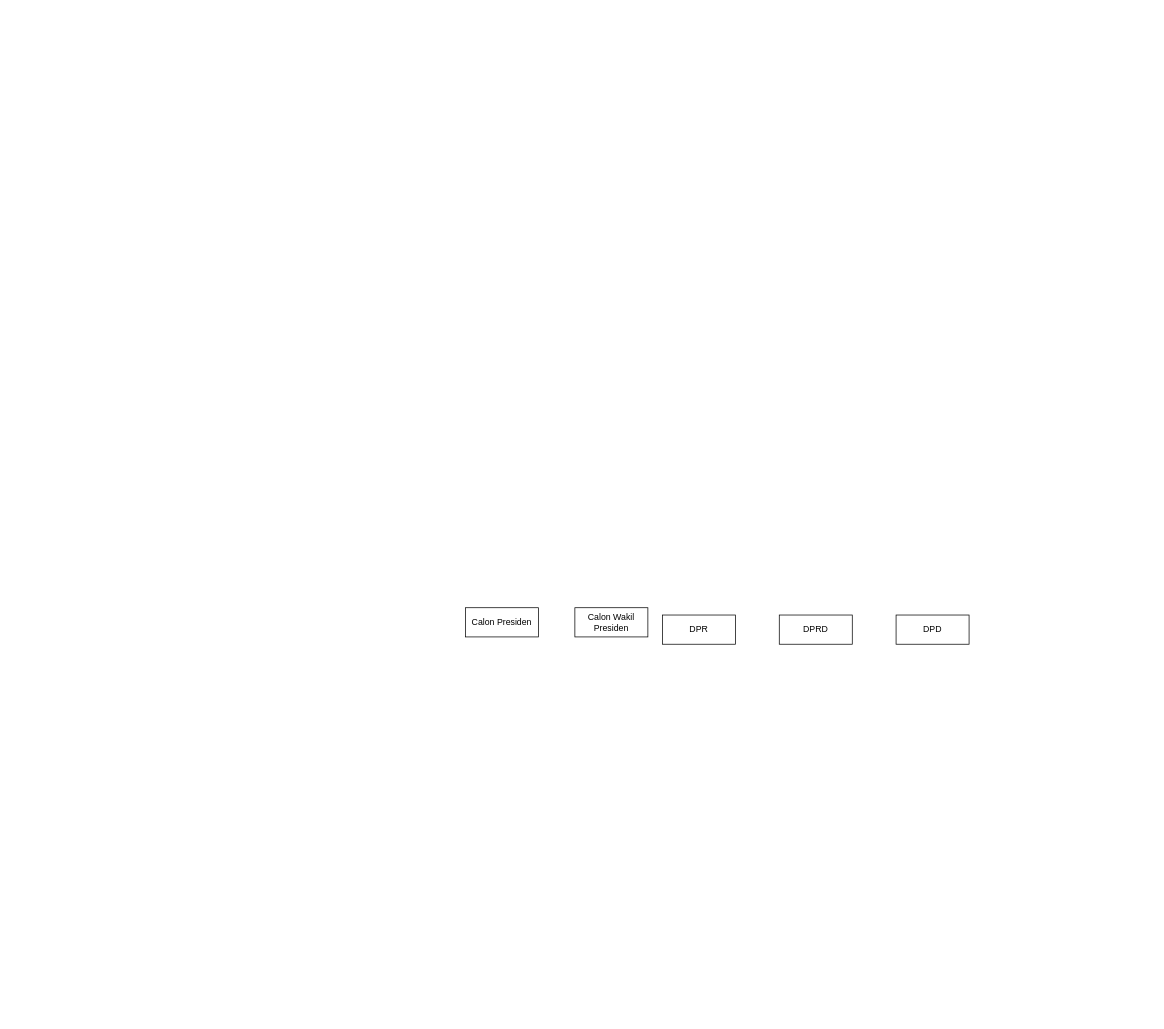
The draw.io diagram TI1_basis_data.drawio in thirza258/draw.io, before the edit. Source tidied: cells renumbered, new cells numbered last; positions are measured from the earlier drawing's top-left corner, leaving out a move shared by most shapes. Both pictures are drawn from the tidied source at 73%, with x=0, y=0 at pixel (465, 607).
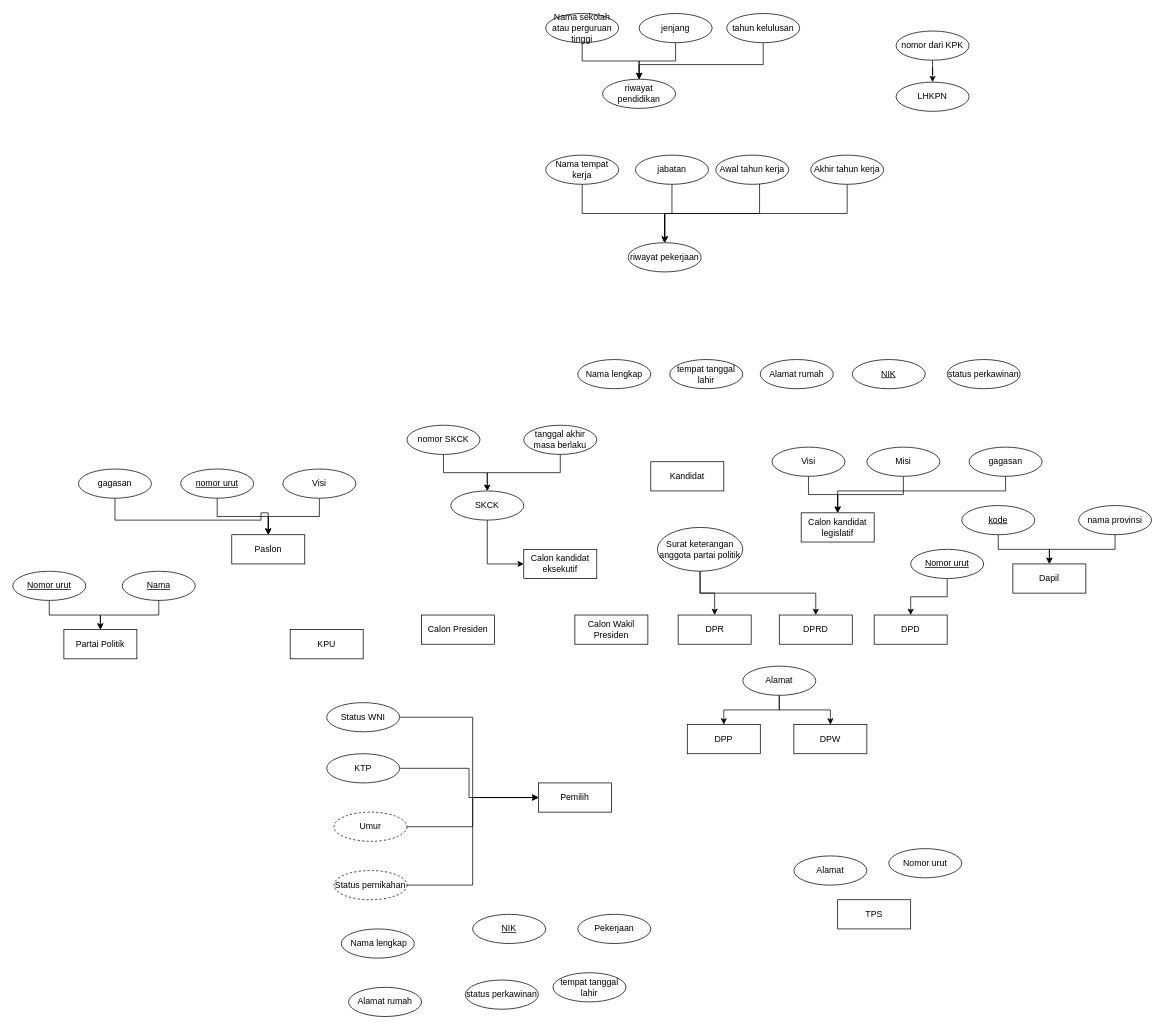
The same diagram, later.

Unchanged cells that the change refers to:
```xml
<mxCell id="3" value="DPRD" style="whiteSpace=wrap;html=1;align=center;" parent="1" vertex="1">
  <mxGeometry x="430" y="10" width="100" height="40" as="geometry" />
</mxCell>
```

Diff of the diagram source:
```diff
@@
     <mxCell id="2" value="DPR" style="whiteSpace=wrap;html=1;align=center;" parent="1" vertex="1">
-      <mxGeometry x="270" y="10" width="100" height="40" as="geometry" />
+      <mxGeometry x="291.5" y="10" width="100" height="40" as="geometry" />
     </mxCell>
@@
     <mxCell id="4" value="DPD" style="whiteSpace=wrap;html=1;align=center;" parent="1" vertex="1">
-      <mxGeometry x="590" y="10" width="100" height="40" as="geometry" />
+      <mxGeometry x="560" y="10" width="100" height="40" as="geometry" />
     </mxCell>
     <mxCell id="5" value="Calon Presiden" style="whiteSpace=wrap;html=1;align=center;" parent="1" vertex="1">
-      <mxGeometry width="100" height="40" as="geometry" />
+      <mxGeometry x="-60" y="10" width="100" height="40" as="geometry" />
     </mxCell>
     <mxCell id="6" value="Calon Wakil Presiden" style="whiteSpace=wrap;html=1;align=center;" parent="1" vertex="1">
-      <mxGeometry x="150" width="100" height="40" as="geometry" />
+      <mxGeometry x="150" y="10" width="100" height="40" as="geometry" />
     </mxCell>
+    <mxCell id="7" value="Calon kandidat eksekutif" style="whiteSpace=wrap;html=1;align=center;" parent="1" vertex="1">
+      <mxGeometry x="80" y="-80" width="100" height="40" as="geometry" />
+    </mxCell>
+    <mxCell id="8" value="Calon kandidat legislatif" style="whiteSpace=wrap;html=1;align=center;" parent="1" vertex="1">
+      <mxGeometry x="460" y="-130" width="100" height="40" as="geometry" />
+    </mxCell>
+    <mxCell id="9" value="Dapil" style="whiteSpace=wrap;html=1;align=center;" parent="1" vertex="1">
+      <mxGeometry x="750" y="-60" width="100" height="40" as="geometry" />
+    </mxCell>
+    <mxCell id="10" style="group;" parent="1" vertex="1">
+      <mxGeometry x="-620" y="-50" width="250" height="120" as="geometry" />
+    </mxCell>
+    <mxCell id="11" value="Partai Politik" style="whiteSpace=wrap;html=1;align=center;" parent="10" vertex="1">
+      <mxGeometry x="70" y="80" width="100" height="40" as="geometry" />
+    </mxCell>
+    <mxCell id="12" style="edgeStyle=orthogonalEdgeStyle;rounded=0;jettySize=auto;html=1;" parent="10" edge="1" source="13" target="11">
+      <mxGeometry relative="1" as="geometry" />
+    </mxCell>
+    <mxCell id="13" value="&lt;u&gt;Nomor urut&lt;/u&gt;" style="ellipse;whiteSpace=wrap;html=1;align=center;" parent="10" vertex="1">
+      <mxGeometry width="100" height="40" as="geometry" />
+    </mxCell>
+    <mxCell id="14" value="&lt;u&gt;Nama&lt;/u&gt;" style="ellipse;whiteSpace=wrap;html=1;align=center;" parent="10" vertex="1">
+      <mxGeometry x="150" width="100" height="40" as="geometry" />
+    </mxCell>
+    <mxCell id="15" style="edgeStyle=orthogonalEdgeStyle;rounded=0;jettySize=auto;html=1;entryX=0.5;entryY=0;entryDx=0;entryDy=0;" parent="10" edge="1" source="14" target="11">
+      <mxGeometry relative="1" as="geometry" />
+    </mxCell>
+    <mxCell id="16" value="DPP" style="whiteSpace=wrap;html=1;align=center;" parent="1" vertex="1">
+      <mxGeometry x="304" y="160" width="100" height="40" as="geometry" />
+    </mxCell>
+    <mxCell id="17" value="DPW" style="whiteSpace=wrap;html=1;align=center;" parent="1" vertex="1">
+      <mxGeometry x="450" y="160" width="100" height="40" as="geometry" />
+    </mxCell>
+    <mxCell id="18" style="edgeStyle=orthogonalEdgeStyle;rounded=0;jettySize=auto;html=1;entryX=0.5;entryY=0;entryDx=0;entryDy=0;" parent="1" edge="1" source="20" target="17">
+      <mxGeometry relative="1" as="geometry" />
+    </mxCell>
+    <mxCell id="19" style="edgeStyle=orthogonalEdgeStyle;rounded=0;jettySize=auto;html=1;entryX=0.5;entryY=0;entryDx=0;entryDy=0;" parent="1" edge="1" source="20" target="16">
+      <mxGeometry relative="1" as="geometry" />
+    </mxCell>
+    <mxCell id="20" value="Alamat" style="ellipse;whiteSpace=wrap;html=1;align=center;" parent="1" vertex="1">
+      <mxGeometry x="380" y="80" width="100" height="40" as="geometry" />
+    </mxCell>
+    <mxCell id="21" value="KPU" style="whiteSpace=wrap;html=1;align=center;" parent="1" vertex="1">
+      <mxGeometry x="-240" y="30" width="100" height="40" as="geometry" />
+    </mxCell>
+    <mxCell id="22" value="Kandidat" style="whiteSpace=wrap;html=1;align=center;" parent="1" vertex="1">
+      <mxGeometry x="254" y="-200" width="100" height="40" as="geometry" />
+    </mxCell>
+    <mxCell id="23" value="Nama lengkap" style="ellipse;whiteSpace=wrap;html=1;align=center;" parent="1" vertex="1">
+      <mxGeometry x="154" y="-340" width="100" height="40" as="geometry" />
+    </mxCell>
+    <mxCell id="24" value="tempat tanggal lahir" style="ellipse;whiteSpace=wrap;html=1;align=center;" parent="1" vertex="1">
+      <mxGeometry x="280" y="-340" width="100" height="40" as="geometry" />
+    </mxCell>
+    <mxCell id="25" value="Alamat rumah" style="ellipse;whiteSpace=wrap;html=1;align=center;" parent="1" vertex="1">
+      <mxGeometry x="404" y="-340" width="100" height="40" as="geometry" />
+    </mxCell>
+    <mxCell id="26" value="&lt;u&gt;NIK&lt;/u&gt;" style="ellipse;whiteSpace=wrap;html=1;align=center;" parent="1" vertex="1">
+      <mxGeometry x="530" y="-340" width="100" height="40" as="geometry" />
+    </mxCell>
+    <mxCell id="27" value="status perkawinan" style="ellipse;whiteSpace=wrap;html=1;align=center;" parent="1" vertex="1">
+      <mxGeometry x="660" y="-340" width="100" height="40" as="geometry" />
+    </mxCell>
+    <mxCell id="28" style="group;" parent="1" vertex="1">
+      <mxGeometry x="110" y="-620" width="463" height="160" as="geometry" />
+    </mxCell>
+    <mxCell id="29" value="riwayat pekerjaan" style="ellipse;whiteSpace=wrap;html=1;align=center;" parent="28" vertex="1">
+      <mxGeometry x="113" y="120" width="100" height="40" as="geometry" />
+    </mxCell>
+    <mxCell id="30" style="edgeStyle=orthogonalEdgeStyle;rounded=0;jettySize=auto;html=1;entryX=0.5;entryY=0;entryDx=0;entryDy=0;" parent="28" edge="1" source="31" target="29">
+      <mxGeometry relative="1" as="geometry">
+        <Array as="points">
+          <mxPoint x="50" y="80" />
+          <mxPoint x="163" y="80" />
+        </Array>
+      </mxGeometry>
+    </mxCell>
+    <mxCell id="31" value="Nama tempat kerja" style="ellipse;whiteSpace=wrap;html=1;align=center;" parent="28" vertex="1">
+      <mxGeometry width="100" height="40" as="geometry" />
+    </mxCell>
+    <mxCell id="32" style="edgeStyle=orthogonalEdgeStyle;rounded=0;jettySize=auto;html=1;" parent="28" edge="1" source="33" target="29">
+      <mxGeometry relative="1" as="geometry" />
+    </mxCell>
+    <mxCell id="33" value="jabatan" style="ellipse;whiteSpace=wrap;html=1;align=center;" parent="28" vertex="1">
+      <mxGeometry x="123" width="100" height="40" as="geometry" />
+    </mxCell>
+    <mxCell id="34" style="edgeStyle=orthogonalEdgeStyle;rounded=0;jettySize=auto;html=1;" parent="28" edge="1" source="35" target="29">
+      <mxGeometry relative="1" as="geometry">
+        <Array as="points">
+          <mxPoint x="293" y="80" />
+          <mxPoint x="163" y="80" />
+        </Array>
+      </mxGeometry>
+    </mxCell>
+    <mxCell id="35" value="Awal tahun kerja" style="ellipse;whiteSpace=wrap;html=1;align=center;" parent="28" vertex="1">
+      <mxGeometry x="233" width="100" height="40" as="geometry" />
+    </mxCell>
+    <mxCell id="36" style="edgeStyle=orthogonalEdgeStyle;rounded=0;jettySize=auto;html=1;" parent="28" edge="1" source="37" target="29">
+      <mxGeometry relative="1" as="geometry">
+        <Array as="points">
+          <mxPoint x="413" y="80" />
+          <mxPoint x="163" y="80" />
+        </Array>
+      </mxGeometry>
+    </mxCell>
+    <mxCell id="37" value="Akhir tahun kerja" style="ellipse;whiteSpace=wrap;html=1;align=center;" parent="28" vertex="1">
+      <mxGeometry x="363" width="100" height="40" as="geometry" />
+    </mxCell>
+    <mxCell id="38" style="group;" parent="1" vertex="1">
+      <mxGeometry x="110" y="-814" width="348" height="130" as="geometry" />
+    </mxCell>
+    <mxCell id="39" value="riwayat pendidikan" style="ellipse;whiteSpace=wrap;html=1;align=center;" parent="38" vertex="1">
+      <mxGeometry x="78" y="90" width="100" height="40" as="geometry" />
+    </mxCell>
+    <mxCell id="40" style="edgeStyle=orthogonalEdgeStyle;rounded=0;jettySize=auto;html=1;" parent="38" edge="1" source="41" target="39">
+      <mxGeometry relative="1" as="geometry" />
+    </mxCell>
+    <mxCell id="41" value="Nama sekolah atau perguruan tinggi" style="ellipse;whiteSpace=wrap;html=1;align=center;" parent="38" vertex="1">
+      <mxGeometry width="100" height="40" as="geometry" />
+    </mxCell>
+    <mxCell id="42" style="edgeStyle=orthogonalEdgeStyle;rounded=0;jettySize=auto;html=1;" parent="38" edge="1" source="43" target="39">
+      <mxGeometry relative="1" as="geometry" />
+    </mxCell>
+    <mxCell id="43" value="jenjang" style="ellipse;whiteSpace=wrap;html=1;align=center;" parent="38" vertex="1">
+      <mxGeometry x="128" width="100" height="40" as="geometry" />
+    </mxCell>
+    <mxCell id="44" style="edgeStyle=orthogonalEdgeStyle;rounded=0;jettySize=auto;html=1;" parent="38" edge="1" source="45" target="39">
+      <mxGeometry relative="1" as="geometry">
+        <Array as="points">
+          <mxPoint x="298" y="70" />
+          <mxPoint x="128" y="70" />
+        </Array>
+      </mxGeometry>
+    </mxCell>
+    <mxCell id="45" value="tahun kelulusan" style="ellipse;whiteSpace=wrap;html=1;align=center;" parent="38" vertex="1">
+      <mxGeometry x="248" width="100" height="40" as="geometry" />
+    </mxCell>
+    <mxCell id="46" style="group;" parent="1" vertex="1">
+      <mxGeometry x="590" y="-790" width="100" height="110" as="geometry" />
+    </mxCell>
+    <mxCell id="47" value="LHKPN" style="ellipse;whiteSpace=wrap;html=1;align=center;" parent="46" vertex="1">
+      <mxGeometry y="70" width="100" height="40" as="geometry" />
+    </mxCell>
+    <mxCell id="48" value="nomor dari KPK" style="ellipse;whiteSpace=wrap;html=1;align=center;" parent="46" vertex="1">
+      <mxGeometry width="100" height="40" as="geometry" />
+    </mxCell>
+    <mxCell id="49" style="edgeStyle=orthogonalEdgeStyle;rounded=0;jettySize=auto;html=1;" parent="46" edge="1" source="48" target="47">
+      <mxGeometry relative="1" as="geometry" />
+    </mxCell>
+    <mxCell id="50" style="group;" parent="1" vertex="1">
+      <mxGeometry x="-80" y="-250" width="260" height="130" as="geometry" />
+    </mxCell>
+    <mxCell id="51" value="SKCK" style="ellipse;whiteSpace=wrap;html=1;align=center;" parent="50" vertex="1">
+      <mxGeometry x="60" y="90" width="100" height="40" as="geometry" />
+    </mxCell>
+    <mxCell id="52" value="tanggal akhir masa berlaku" style="ellipse;whiteSpace=wrap;html=1;align=center;" parent="50" vertex="1">
+      <mxGeometry x="160" width="100" height="40" as="geometry" />
+    </mxCell>
+    <mxCell id="53" value="nomor SKCK" style="ellipse;whiteSpace=wrap;html=1;align=center;" parent="50" vertex="1">
+      <mxGeometry width="100" height="40" as="geometry" />
+    </mxCell>
+    <mxCell id="54" style="edgeStyle=orthogonalEdgeStyle;rounded=0;jettySize=auto;html=1;" parent="50" edge="1" source="52" target="51">
+      <mxGeometry relative="1" as="geometry" />
+    </mxCell>
+    <mxCell id="55" style="edgeStyle=orthogonalEdgeStyle;rounded=0;jettySize=auto;html=1;" parent="50" edge="1" source="53" target="51">
+      <mxGeometry relative="1" as="geometry" />
+    </mxCell>
+    <mxCell id="56" style="edgeStyle=orthogonalEdgeStyle;rounded=0;jettySize=auto;html=1;entryX=0;entryY=0.5;entryDx=0;entryDy=0;" parent="1" edge="1" source="51" target="7">
+      <mxGeometry relative="1" as="geometry" />
+    </mxCell>
+    <mxCell id="57" value="Paslon" style="whiteSpace=wrap;html=1;align=center;" parent="1" vertex="1">
+      <mxGeometry x="-320" y="-100" width="100" height="40" as="geometry" />
+    </mxCell>
+    <mxCell id="58" style="edgeStyle=orthogonalEdgeStyle;rounded=0;jettySize=auto;html=1;entryX=0.5;entryY=0;entryDx=0;entryDy=0;" parent="1" edge="1" source="59" target="57">
+      <mxGeometry relative="1" as="geometry" />
+    </mxCell>
+    <mxCell id="59" value="&lt;u&gt;nomor urut&lt;/u&gt;" style="ellipse;whiteSpace=wrap;html=1;align=center;" parent="1" vertex="1">
+      <mxGeometry x="-390" y="-190" width="100" height="40" as="geometry" />
+    </mxCell>
+    <mxCell id="60" style="edgeStyle=orthogonalEdgeStyle;rounded=0;jettySize=auto;html=1;entryX=0.5;entryY=0;entryDx=0;entryDy=0;" parent="1" edge="1" source="61" target="57">
+      <mxGeometry relative="1" as="geometry" />
+    </mxCell>
+    <mxCell id="61" value="Visi" style="ellipse;whiteSpace=wrap;html=1;align=center;" parent="1" vertex="1">
+      <mxGeometry x="-250" y="-190" width="100" height="40" as="geometry" />
+    </mxCell>
+    <mxCell id="62" style="edgeStyle=orthogonalEdgeStyle;rounded=0;jettySize=auto;html=1;" parent="1" edge="1" source="63" target="57">
+      <mxGeometry relative="1" as="geometry">
+        <Array as="points">
+          <mxPoint x="-480" y="-120" />
+          <mxPoint x="-280" y="-120" />
+          <mxPoint x="-280" y="-130" />
+          <mxPoint x="-270" y="-130" />
+        </Array>
+      </mxGeometry>
+    </mxCell>
+    <mxCell id="63" value="gagasan" style="ellipse;whiteSpace=wrap;html=1;align=center;" parent="1" vertex="1">
+      <mxGeometry x="-530" y="-190" width="100" height="40" as="geometry" />
+    </mxCell>
+    <mxCell id="64" style="edgeStyle=orthogonalEdgeStyle;rounded=0;jettySize=auto;html=1;entryX=0.5;entryY=0;entryDx=0;entryDy=0;" parent="1" edge="1" source="66" target="2">
+      <mxGeometry relative="1" as="geometry" />
+    </mxCell>
+    <mxCell id="65" style="edgeStyle=orthogonalEdgeStyle;rounded=0;jettySize=auto;html=1;" parent="1" edge="1" source="66" target="3">
+      <mxGeometry relative="1" as="geometry">
+        <Array as="points">
+          <mxPoint x="322" y="-20" />
+          <mxPoint x="480" y="-20" />
+        </Array>
+      </mxGeometry>
+    </mxCell>
+    <mxCell id="66" value="Surat keterangan anggota partai politik" style="ellipse;whiteSpace=wrap;html=1;align=center;" parent="1" vertex="1">
+      <mxGeometry x="263" y="-110" width="117" height="60" as="geometry" />
+    </mxCell>
+    <mxCell id="67" style="edgeStyle=orthogonalEdgeStyle;rounded=0;jettySize=auto;html=1;" parent="1" edge="1" source="68" target="8">
+      <mxGeometry relative="1" as="geometry" />
+    </mxCell>
+    <mxCell id="68" value="Visi" style="ellipse;whiteSpace=wrap;html=1;align=center;" parent="1" vertex="1">
+      <mxGeometry x="420" y="-220" width="100" height="40" as="geometry" />
+    </mxCell>
+    <mxCell id="69" style="edgeStyle=orthogonalEdgeStyle;rounded=0;jettySize=auto;html=1;" parent="1" edge="1" source="70" target="8">
+      <mxGeometry relative="1" as="geometry" />
+    </mxCell>
+    <mxCell id="70" value="Misi" style="ellipse;whiteSpace=wrap;html=1;align=center;" parent="1" vertex="1">
+      <mxGeometry x="550" y="-220" width="100" height="40" as="geometry" />
+    </mxCell>
+    <mxCell id="71" style="edgeStyle=orthogonalEdgeStyle;rounded=0;jettySize=auto;html=1;" parent="1" edge="1" source="72" target="8">
+      <mxGeometry relative="1" as="geometry">
+        <Array as="points">
+          <mxPoint x="740" y="-160" />
+          <mxPoint x="510" y="-160" />
+        </Array>
+      </mxGeometry>
+    </mxCell>
+    <mxCell id="72" value="gagasan" style="ellipse;whiteSpace=wrap;html=1;align=center;" parent="1" vertex="1">
+      <mxGeometry x="690" y="-220" width="100" height="40" as="geometry" />
+    </mxCell>
+    <mxCell id="73" style="edgeStyle=orthogonalEdgeStyle;rounded=0;jettySize=auto;html=1;" parent="1" edge="1" source="74" target="9">
+      <mxGeometry relative="1" as="geometry" />
+    </mxCell>
+    <mxCell id="74" value="&lt;u&gt;kode&lt;/u&gt;" style="ellipse;whiteSpace=wrap;html=1;align=center;" parent="1" vertex="1">
+      <mxGeometry x="680" y="-140" width="100" height="40" as="geometry" />
+    </mxCell>
+    <mxCell id="75" style="edgeStyle=orthogonalEdgeStyle;rounded=0;jettySize=auto;html=1;" parent="1" edge="1" source="76" target="9">
+      <mxGeometry relative="1" as="geometry" />
+    </mxCell>
+    <mxCell id="76" value="nama provinsi" style="ellipse;whiteSpace=wrap;html=1;align=center;" parent="1" vertex="1">
+      <mxGeometry x="840" y="-140" width="100" height="40" as="geometry" />
+    </mxCell>
+    <mxCell id="77" style="edgeStyle=orthogonalEdgeStyle;rounded=0;jettySize=auto;html=1;" parent="1" edge="1" source="78" target="4">
+      <mxGeometry relative="1" as="geometry" />
+    </mxCell>
+    <mxCell id="78" value="&lt;u&gt;Nomor urut&lt;/u&gt;" style="ellipse;whiteSpace=wrap;html=1;align=center;" parent="1" vertex="1">
+      <mxGeometry x="610" y="-80" width="100" height="40" as="geometry" />
+    </mxCell>
+    <mxCell id="79" value="Pemilih" style="whiteSpace=wrap;html=1;align=center;" parent="1" vertex="1">
+      <mxGeometry x="100" y="240" width="100" height="40" as="geometry" />
+    </mxCell>
+    <mxCell id="80" style="edgeStyle=orthogonalEdgeStyle;rounded=0;jettySize=auto;html=1;" parent="1" edge="1" source="81" target="79">
+      <mxGeometry relative="1" as="geometry">
+        <Array as="points">
+          <mxPoint x="10" y="150" />
+          <mxPoint x="10" y="260" />
+        </Array>
+      </mxGeometry>
+    </mxCell>
+    <mxCell id="81" value="Status WNI" style="ellipse;whiteSpace=wrap;html=1;align=center;" parent="1" vertex="1">
+      <mxGeometry x="-190" y="130" width="100" height="40" as="geometry" />
+    </mxCell>
+    <mxCell id="82" style="edgeStyle=orthogonalEdgeStyle;rounded=0;jettySize=auto;html=1;" parent="1" edge="1" source="83" target="79">
+      <mxGeometry relative="1" as="geometry" />
+    </mxCell>
+    <mxCell id="83" value="KTP" style="ellipse;whiteSpace=wrap;html=1;align=center;" parent="1" vertex="1">
+      <mxGeometry x="-190" y="200" width="100" height="40" as="geometry" />
+    </mxCell>
+    <mxCell id="84" style="edgeStyle=orthogonalEdgeStyle;rounded=0;jettySize=auto;html=1;" parent="1" edge="1" source="85" target="79">
+      <mxGeometry relative="1" as="geometry" />
+    </mxCell>
+    <mxCell id="85" value="Umur" style="ellipse;whiteSpace=wrap;html=1;align=center;dashed=1;" parent="1" vertex="1">
+      <mxGeometry x="-180" y="280" width="100" height="40" as="geometry" />
+    </mxCell>
+    <mxCell id="86" style="edgeStyle=orthogonalEdgeStyle;rounded=0;jettySize=auto;html=1;" parent="1" edge="1" source="87" target="79">
+      <mxGeometry relative="1" as="geometry">
+        <Array as="points">
+          <mxPoint x="10" y="380" />
+          <mxPoint x="10" y="260" />
+        </Array>
+      </mxGeometry>
+    </mxCell>
+    <mxCell id="87" value="Status pernikahan" style="ellipse;whiteSpace=wrap;html=1;align=center;dashed=1;" parent="1" vertex="1">
+      <mxGeometry x="-180" y="360" width="100" height="40" as="geometry" />
+    </mxCell>
+    <mxCell id="88" value="&amp;nbsp;Nama lengkap" style="ellipse;whiteSpace=wrap;html=1;align=center;" parent="1" vertex="1">
+      <mxGeometry x="-170" y="440" width="100" height="40" as="geometry" />
+    </mxCell>
+    <mxCell id="89" value="Alamat rumah" style="ellipse;whiteSpace=wrap;html=1;align=center;" parent="1" vertex="1">
+      <mxGeometry x="-160" y="520" width="100" height="40" as="geometry" />
+    </mxCell>
+    <mxCell id="90" value="&lt;u&gt;NIK&lt;/u&gt;" style="ellipse;whiteSpace=wrap;html=1;align=center;" parent="1" vertex="1">
+      <mxGeometry x="10" y="420" width="100" height="40" as="geometry" />
+    </mxCell>
+    <mxCell id="91" value="status perkawinan" style="ellipse;whiteSpace=wrap;html=1;align=center;" parent="1" vertex="1">
+      <mxGeometry y="510" width="100" height="40" as="geometry" />
+    </mxCell>
+    <mxCell id="92" value="tempat tanggal lahir" style="ellipse;whiteSpace=wrap;html=1;align=center;" parent="1" vertex="1">
+      <mxGeometry x="120" y="500" width="100" height="40" as="geometry" />
+    </mxCell>
+    <mxCell id="93" value="Pekerjaan" style="ellipse;whiteSpace=wrap;html=1;align=center;" parent="1" vertex="1">
+      <mxGeometry x="154" y="420" width="100" height="40" as="geometry" />
+    </mxCell>
+    <mxCell id="94" value="TPS" style="whiteSpace=wrap;html=1;align=center;" parent="1" vertex="1">
+      <mxGeometry x="510" y="400" width="100" height="40" as="geometry" />
+    </mxCell>
+    <mxCell id="95" value="Nomor urut" style="ellipse;whiteSpace=wrap;html=1;align=center;" parent="1" vertex="1">
+      <mxGeometry x="580" y="330" width="100" height="40" as="geometry" />
+    </mxCell>
+    <mxCell id="96" value="Alamat" style="ellipse;whiteSpace=wrap;html=1;align=center;" parent="1" vertex="1">
+      <mxGeometry x="450" y="340" width="100" height="40" as="geometry" />
+    </mxCell>
```
